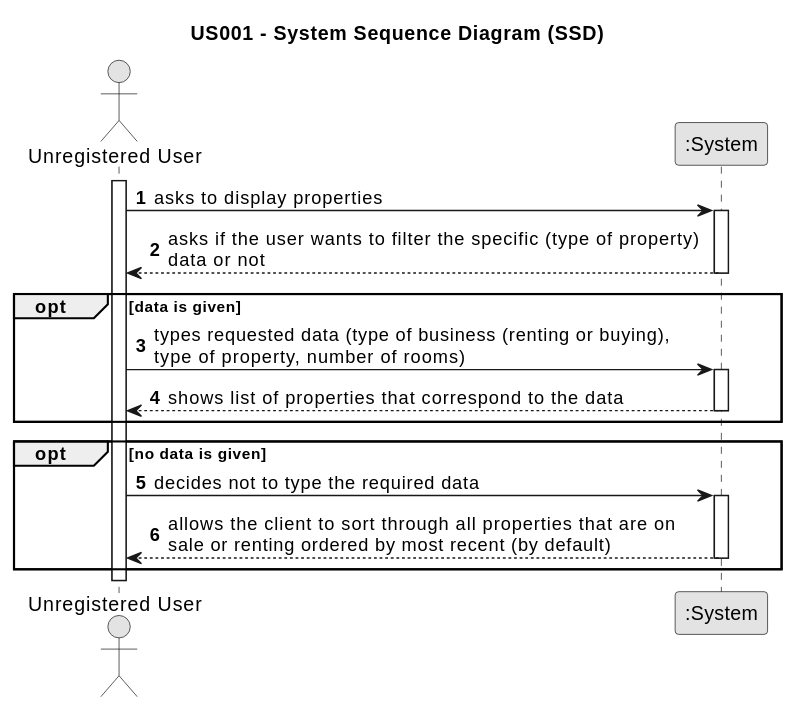
Earlier version of the PlantUML export docs/sprintC/us013/01.requirements-engineering/svg/us013-system-sequence-diagram.svg (1220812/LAPR2). Source of this version:
```plantuml
@startuml
skinparam monochrome true
skinparam packageStyle rectangle
skinparam shadowing false

title US001 - System Sequence Diagram (SSD)

autonumber

actor "Unregistered User" as Customer
participant ":System" as System

activate Customer

    Customer -> System : asks to display properties
    activate System

        System --> Customer : asks if the user wants to filter the specific (type of property) \ndata or not
    deactivate System

opt data is given
    Customer -> System : types requested data (type of business (renting or buying), \ntype of property, number of rooms)
    activate System

        System --> Customer : shows list of properties that correspond to the data
    deactivate System
end

opt no data is given
    Customer -> System : decides not to type the required data
        activate System

            System --> Customer : allows the client to sort through all properties that are on \nsale or renting ordered by most recent (by default)
        deactivate System
end
@enduml
```
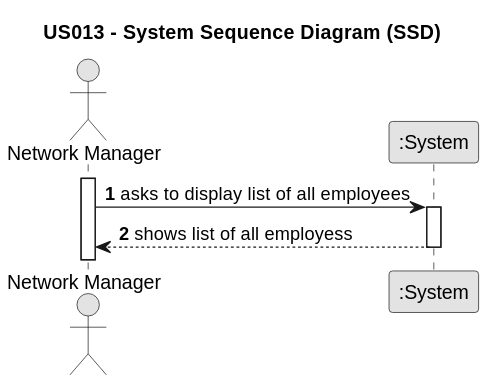
After the change.

Commit message:
Saved the system sequence diagram in svg. Altered the domain model from us013

The edit, as a diff of the source:
```diff
@@ -3,34 +3,19 @@
 skinparam packageStyle rectangle
 skinparam shadowing false
 
-title US001 - System Sequence Diagram (SSD)
+title US013 - System Sequence Diagram (SSD)
 
 autonumber
 
-actor "Unregistered User" as Customer
+actor "Network Manager" as NM
 participant ":System" as System
 
-activate Customer
+activate NM
 
-    Customer -> System : asks to display properties
+    NM -> System : asks to display list of all employees
+
     activate System
 
-        System --> Customer : asks if the user wants to filter the specific (type of property) \ndata or not
+        System --> NM : shows list of all employess
     deactivate System
-
-opt data is given
-    Customer -> System : types requested data (type of business (renting or buying), \ntype of property, number of rooms)
-    activate System
-
-        System --> Customer : shows list of properties that correspond to the data
-    deactivate System
-end
-
-opt no data is given
-    Customer -> System : decides not to type the required data
-        activate System
-
-            System --> Customer : allows the client to sort through all properties that are on \nsale or renting ordered by most recent (by default)
-        deactivate System
-end
 @enduml
```
